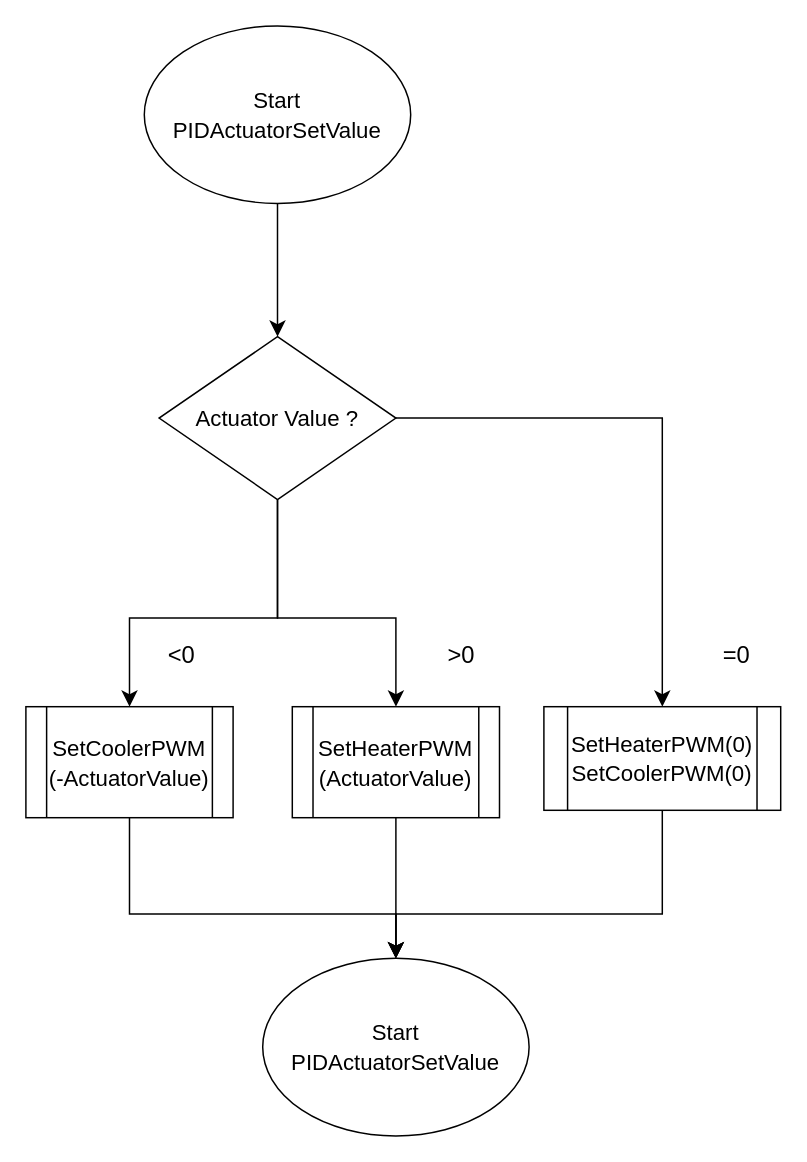
The draw.io diagram PIDActuatorSetValue.drawio in gabrielhaj/ES670-2023-A7, before the edit. Source tidied: cells renumbered, new cells numbered last; positions are measured from the earlier drawing's top-left corner, leaving out a move shared by most shapes. Both pictures are drawn from the tidied source at 148%, with x=0, y=0 at pixel (25, 25).
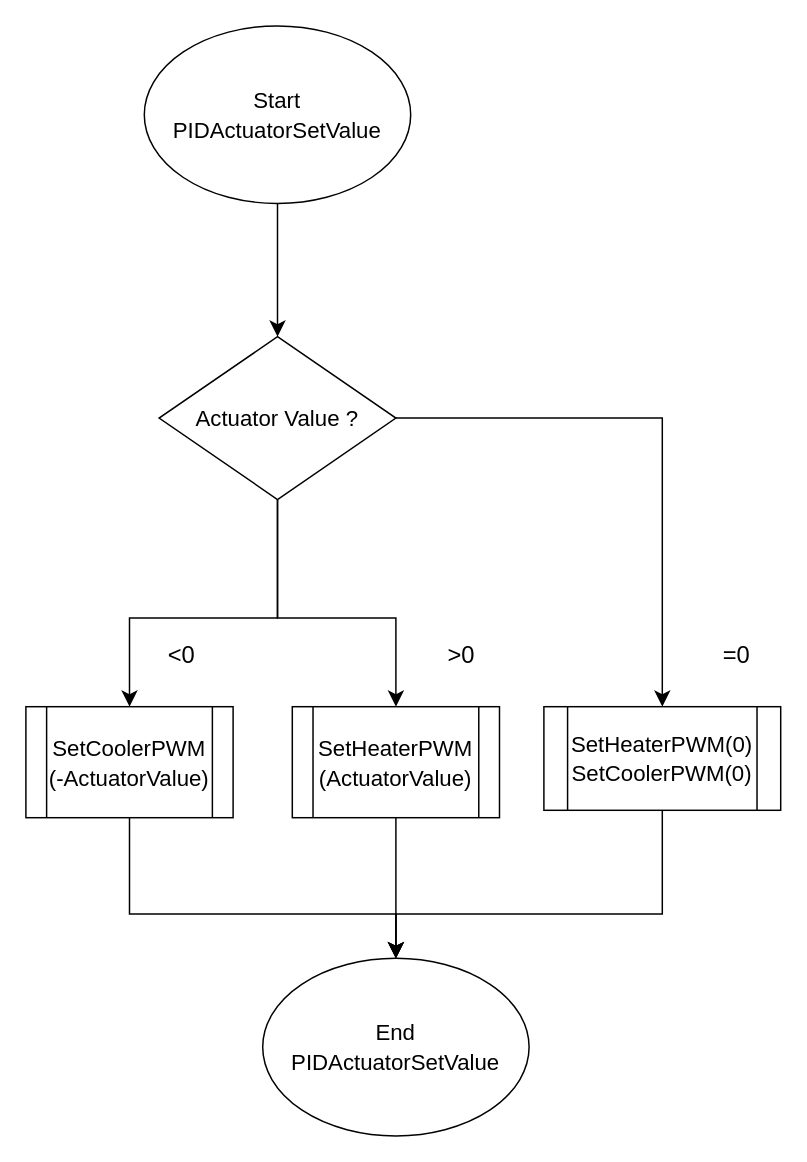
After the change.

What changed in the source:
```diff
@@
-    <mxCell id="17" value="&lt;font style=&quot;font-size: 15px;&quot;&gt;Start&lt;br&gt;PIDActuatorSetValue&lt;/font&gt;" style="ellipse;whiteSpace=wrap;html=1;fontSize=16;" parent="1" vertex="1">
+    <mxCell id="17" value="&lt;font style=&quot;font-size: 15px;&quot;&gt;End&lt;br&gt;PIDActuatorSetValue&lt;/font&gt;" style="ellipse;whiteSpace=wrap;html=1;fontSize=16;" parent="1" vertex="1">
       <mxGeometry x="160" y="630" width="180" height="120" as="geometry" />
     </mxCell>
```
